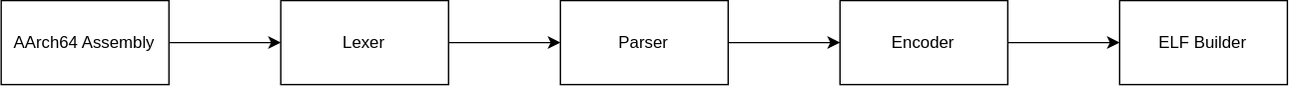
Before: docs/diagram.svg, a diagram exported from draw.io (BJL156/ARM-Assembler). Source tidied: cells renumbered, new cells last; positions are measured from the earlier drawing's top-left corner, leaving out a move shared by most shapes.
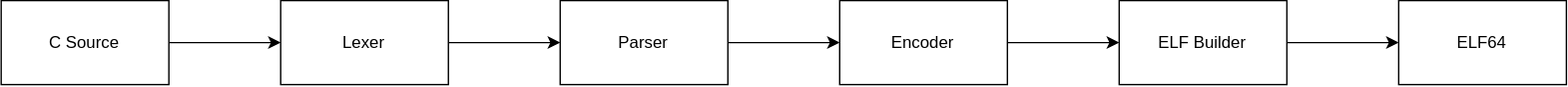
The same diagram one commit later.

Change to the diagram source:
```diff
@@ -5,7 +5,7 @@
     <mxCell id="2" style="edgeStyle=orthogonalEdgeStyle;rounded=0;jettySize=auto;html=1;entryX=0;entryY=0.5;entryDx=0;entryDy=0;" parent="1" edge="1" source="3" target="5">
       <mxGeometry relative="1" as="geometry" />
     </mxCell>
-    <mxCell id="3" value="AArch64 Assembly" style="rounded=0;whiteSpace=wrap;html=1;" parent="1" vertex="1">
+    <mxCell id="3" value="C Source" style="rounded=0;whiteSpace=wrap;html=1;" parent="1" vertex="1">
       <mxGeometry width="120" height="60" as="geometry" />
     </mxCell>
     <mxCell id="4" style="edgeStyle=orthogonalEdgeStyle;rounded=0;jettySize=auto;html=1;entryX=0;entryY=0.5;entryDx=0;entryDy=0;" parent="1" edge="1" source="5" target="7">
@@ -26,8 +26,14 @@
     <mxCell id="9" value="Encoder" style="rounded=0;whiteSpace=wrap;html=1;" parent="1" vertex="1">
       <mxGeometry x="600" width="120" height="60" as="geometry" />
     </mxCell>
+    <mxCell id="11" style="edgeStyle=orthogonalEdgeStyle;rounded=0;jettySize=auto;html=1;" parent="1" edge="1" source="10" target="12">
+      <mxGeometry relative="1" as="geometry" />
+    </mxCell>
     <mxCell id="10" value="ELF Builder" style="rounded=0;whiteSpace=wrap;html=1;" parent="1" vertex="1">
       <mxGeometry x="800" width="120" height="60" as="geometry" />
     </mxCell>
+    <mxCell id="12" value="ELF64" style="rounded=0;whiteSpace=wrap;html=1;" parent="1" vertex="1">
+      <mxGeometry x="1000" width="120" height="60" as="geometry" />
+    </mxCell>
   </root>
 </mxGraphModel>
```
